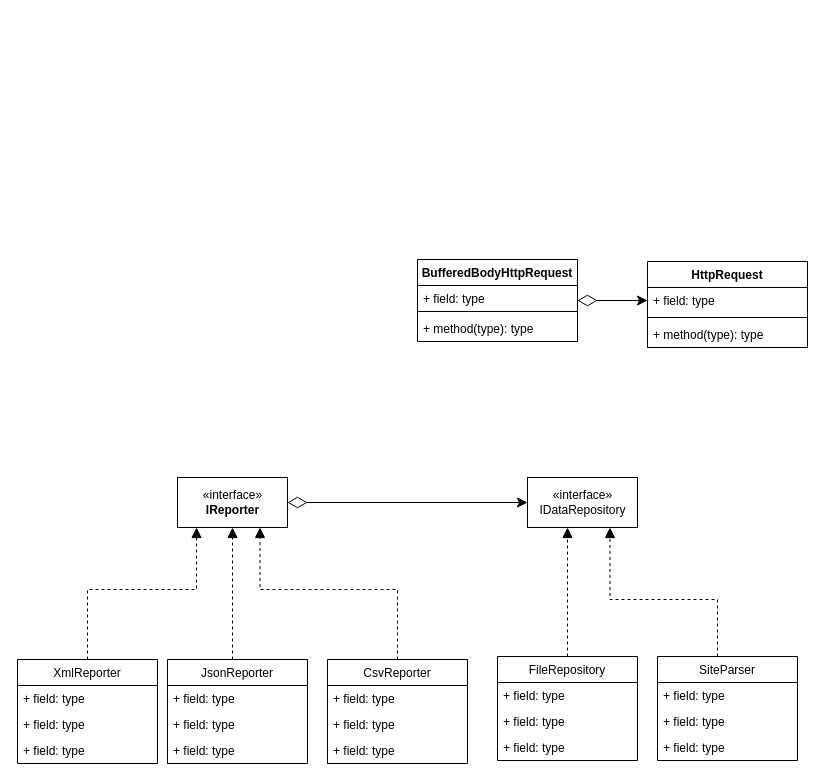
Earlier version of the draw.io diagram Untitled Diagram.drawio (KiryhaPikoff/charp5sem). Source tidied: cells renumbered, new cells numbered last; positions are measured from the earlier drawing's top-left corner, leaving out a move shared by most shapes. Both pictures are drawn from the tidied source at 100%, with x=0, y=0 at pixel (17, 259).
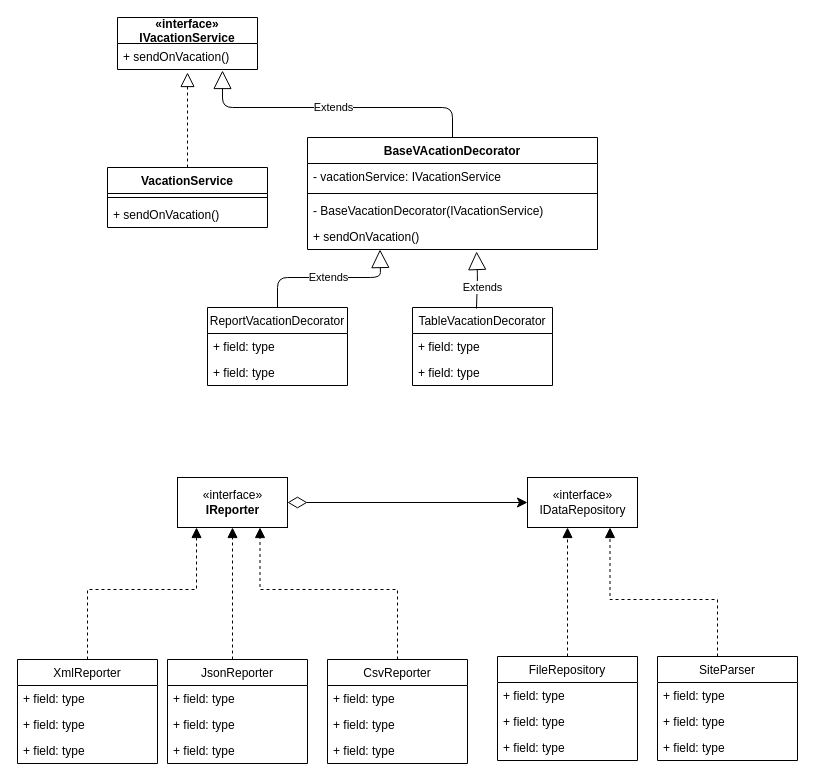
Above is the later version.

The change refers to these unchanged cells:
```xml
<mxCell id="13" value="XmlReporter" style="swimlane;fontStyle=0;horizontal=1;startSize=26;fillColor=none;" parent="1" vertex="1">
  <mxGeometry y="400" width="140" height="104" as="geometry" />
</mxCell>
<mxCell id="27" value="«interface»&lt;br&gt;&lt;span style=&quot;font-weight: 700&quot;&gt;IReporter&lt;/span&gt;" style="html=1;" parent="1" vertex="1">
  <mxGeometry x="160" y="218" width="110" height="50" as="geometry" />
</mxCell>
```

What changed in the source:
```diff
@@
-    <mxCell id="2" value="HttpRequest" style="swimlane;fontStyle=1;align=center;verticalAlign=top;horizontal=1;startSize=26;" parent="1" vertex="1">
-      <mxGeometry x="630" y="2" width="160" height="86" as="geometry" />
-    </mxCell>
-    <mxCell id="3" value="+ field: type" style="text;strokeColor=none;fillColor=none;align=left;verticalAlign=top;spacingLeft=4;spacingRight=4;overflow=hidden;points=[[0,0.5],[1,0.5]];portConstraint=eastwest;" parent="2" vertex="1">
-      <mxGeometry y="26" width="160" height="26" as="geometry" />
-    </mxCell>
-    <mxCell id="4" style="line;strokeWidth=1;fillColor=none;align=left;verticalAlign=middle;spacingTop=-1;spacingLeft=3;spacingRight=3;labelPosition=right;" parent="2" vertex="1">
-      <mxGeometry y="52" width="160" height="8" as="geometry" />
-    </mxCell>
-    <mxCell id="5" value="+ method(type): type" style="text;strokeColor=none;fillColor=none;align=left;verticalAlign=top;spacingLeft=4;spacingRight=4;overflow=hidden;" parent="2" vertex="1">
-      <mxGeometry y="60" width="160" height="26" as="geometry" />
-    </mxCell>
-    <mxCell id="6" style="edgeStyle=orthogonalEdgeStyle;rounded=0;jettySize=auto;html=1;entryX=0;entryY=0.5;entryDx=0;entryDy=0;endArrow=classic;endFill=1;startArrow=diamondThin;startFill=0;strokeWidth=1;endSize=8;startSize=17;" parent="1" edge="1" source="7" target="3">
-      <mxGeometry relative="1" as="geometry" />
-    </mxCell>
-    <mxCell id="7" value="BufferedBodyHttpRequest&#10;" style="swimlane;fontStyle=1;align=center;verticalAlign=top;horizontal=1;startSize=26;" parent="1" vertex="1">
-      <mxGeometry x="400" width="160" height="82" as="geometry" />
-    </mxCell>
-    <mxCell id="8" value="+ field: type" style="text;strokeColor=none;fillColor=none;align=left;verticalAlign=top;spacingLeft=4;spacingRight=4;overflow=hidden;" parent="7" vertex="1">
-      <mxGeometry y="26" width="160" height="22" as="geometry" />
-    </mxCell>
-    <mxCell id="9" style="line;strokeWidth=1;fillColor=none;align=left;verticalAlign=middle;spacingTop=-1;spacingLeft=3;spacingRight=3;labelPosition=right;" parent="7" vertex="1">
-      <mxGeometry y="48" width="160" height="8" as="geometry" />
-    </mxCell>
-    <mxCell id="10" value="+ method(type): type" style="text;strokeColor=none;fillColor=none;align=left;verticalAlign=top;spacingLeft=4;spacingRight=4;overflow=hidden;" parent="7" vertex="1">
-      <mxGeometry y="56" width="160" height="26" as="geometry" />
-    </mxCell>
@@
-    <mxCell id="12" style="edgeStyle=orthogonalEdgeStyle;rounded=0;jettySize=auto;html=1;startArrow=none;startFill=0;startSize=17;endArrow=block;endFill=1;endSize=8;strokeWidth=1;dashed=1;entryX=0.173;entryY=1;entryDx=0;entryDy=0;entryPerimeter=0;" parent="1" edge="1" source="13" target="27">
+    <mxCell id="12" style="edgeStyle=orthogonalEdgeStyle;rounded=0;jettySize=auto;html=1;startArrow=none;startFill=0;startSize=17;endArrow=block;endFill=1;endSize=8;strokeWidth=1;dashed=1;entryX=0.173;entryY=1;entryDx=0;entryDy=0;entryPerimeter=0;" parent="1" edge="1" target="27">
       <mxGeometry relative="1" as="geometry">
+        <mxPoint x="70" y="400" as="sourcePoint" />
         <Array as="points">
           <mxPoint x="70" y="330" />
           <mxPoint x="179" y="330" />
         </Array>
       </mxGeometry>
     </mxCell>
@@
+    <mxCell id="39" value="«interface»&#10;IVacationService" style="swimlane;fontStyle=1;horizontal=1;startSize=26;fillColor=none;" parent="1" vertex="1">
+      <mxGeometry x="100" y="-242" width="140" height="52" as="geometry" />
+    </mxCell>
+    <mxCell id="40" value="+ sendOnVacation()" style="text;strokeColor=none;fillColor=none;align=left;verticalAlign=top;spacingLeft=4;spacingRight=4;overflow=hidden;points=[[0,0.5],[1,0.5]];portConstraint=eastwest;" parent="39" vertex="1">
+      <mxGeometry y="26" width="140" height="26" as="geometry" />
+    </mxCell>
+    <mxCell id="41" value="VacationService" style="swimlane;fontStyle=1;align=center;verticalAlign=top;horizontal=1;startSize=26;" parent="1" vertex="1">
+      <mxGeometry x="90" y="-92" width="160" height="60" as="geometry" />
+    </mxCell>
+    <mxCell id="42" style="line;strokeWidth=1;fillColor=none;align=left;verticalAlign=middle;spacingTop=-1;spacingLeft=3;spacingRight=3;labelPosition=right;" parent="41" vertex="1">
+      <mxGeometry y="26" width="160" height="8" as="geometry" />
+    </mxCell>
+    <mxCell id="43" value="+ sendOnVacation()" style="text;strokeColor=none;fillColor=none;align=left;verticalAlign=top;spacingLeft=4;spacingRight=4;overflow=hidden;" parent="41" vertex="1">
+      <mxGeometry y="34" width="160" height="26" as="geometry" />
+    </mxCell>
+    <mxCell id="44" style="endArrow=block;dashed=1;endFill=0;endSize=12;html=1;exitX=0.5;exitY=0;exitDx=0;exitDy=0;" parent="1" edge="1" source="41">
+      <mxGeometry relative="1" as="geometry">
+        <mxPoint x="170" y="-187" as="targetPoint" />
+      </mxGeometry>
+    </mxCell>
+    <mxCell id="45" value="BaseVAcationDecorator" style="swimlane;fontStyle=1;horizontal=1;startSize=26;fillColor=none;" parent="1" vertex="1">
+      <mxGeometry x="290" y="-122" width="290" height="112" as="geometry" />
+    </mxCell>
+    <mxCell id="46" value="- vacationService: IVacationService" style="text;strokeColor=none;fillColor=none;align=left;verticalAlign=top;spacingLeft=4;spacingRight=4;overflow=hidden;" parent="45" vertex="1">
+      <mxGeometry y="26" width="290" height="26" as="geometry" />
+    </mxCell>
+    <mxCell id="47" style="line;strokeWidth=1;fillColor=none;align=left;verticalAlign=middle;spacingTop=-1;spacingLeft=3;spacingRight=3;labelPosition=right;" parent="45" vertex="1">
+      <mxGeometry y="52" width="290" height="8" as="geometry" />
+    </mxCell>
+    <mxCell id="48" value="- BaseVacationDecorator(IVacationService)" style="text;strokeColor=none;fillColor=none;align=left;verticalAlign=top;spacingLeft=4;spacingRight=4;overflow=hidden;" parent="45" vertex="1">
+      <mxGeometry y="60" width="290" height="26" as="geometry" />
+    </mxCell>
+    <mxCell id="49" value="+ sendOnVacation()" style="text;strokeColor=none;fillColor=none;align=left;verticalAlign=top;spacingLeft=4;spacingRight=4;overflow=hidden;points=[[0,0.5],[1,0.5]];portConstraint=eastwest;" parent="45" vertex="1">
+      <mxGeometry y="86" width="290" height="26" as="geometry" />
+    </mxCell>
+    <mxCell id="50" value="Extends" style="endArrow=block;endSize=16;endFill=0;html=1;exitX=0.5;exitY=0;exitDx=0;exitDy=0;entryX=0.75;entryY=1.038;entryDx=0;entryDy=0;entryPerimeter=0;" parent="1" edge="1" source="45" target="40">
+      <mxGeometry relative="1" as="geometry">
+        <Array as="points">
+          <mxPoint x="435" y="-152" />
+          <mxPoint x="205" y="-152" />
+        </Array>
+      </mxGeometry>
+    </mxCell>
+    <mxCell id="51" value="ReportVacationDecorator" style="swimlane;fontStyle=0;horizontal=1;startSize=26;fillColor=none;" parent="1" vertex="1">
+      <mxGeometry x="190" y="48" width="140" height="78" as="geometry" />
+    </mxCell>
+    <mxCell id="52" value="+ field: type" style="text;strokeColor=none;fillColor=none;align=left;verticalAlign=top;spacingLeft=4;spacingRight=4;overflow=hidden;" parent="51" vertex="1">
+      <mxGeometry y="26" width="140" height="26" as="geometry" />
+    </mxCell>
+    <mxCell id="53" value="+ field: type" style="text;strokeColor=none;fillColor=none;align=left;verticalAlign=top;spacingLeft=4;spacingRight=4;overflow=hidden;" parent="51" vertex="1">
+      <mxGeometry y="52" width="140" height="26" as="geometry" />
+    </mxCell>
+    <mxCell id="54" value="TableVacationDecorator" style="swimlane;fontStyle=0;horizontal=1;startSize=26;fillColor=none;" parent="1" vertex="1">
+      <mxGeometry x="395" y="48" width="140" height="78" as="geometry" />
+    </mxCell>
+    <mxCell id="55" value="+ field: type" style="text;strokeColor=none;fillColor=none;align=left;verticalAlign=top;spacingLeft=4;spacingRight=4;overflow=hidden;" parent="54" vertex="1">
+      <mxGeometry y="26" width="140" height="26" as="geometry" />
+    </mxCell>
+    <mxCell id="56" value="+ field: type" style="text;strokeColor=none;fillColor=none;align=left;verticalAlign=top;spacingLeft=4;spacingRight=4;overflow=hidden;" parent="54" vertex="1">
+      <mxGeometry y="52" width="140" height="26" as="geometry" />
+    </mxCell>
+    <mxCell id="57" value="Extends" style="endArrow=block;endSize=16;endFill=0;html=1;exitX=0.5;exitY=0;exitDx=0;exitDy=0;entryX=0.25;entryY=1;entryDx=0;entryDy=0;" parent="1" edge="1" source="51" target="45">
+      <mxGeometry relative="1" as="geometry">
+        <Array as="points">
+          <mxPoint x="260" y="18" />
+          <mxPoint x="363" y="18" />
+        </Array>
+      </mxGeometry>
+    </mxCell>
+    <mxCell id="58" value="Extends" style="endArrow=block;endSize=16;endFill=0;html=1;exitX=0.457;exitY=0.013;exitDx=0;exitDy=0;entryX=0.583;entryY=1.077;entryDx=0;entryDy=0;entryPerimeter=0;exitPerimeter=0;" parent="1" edge="1" source="54" target="49">
+      <mxGeometry x="-0.26" y="-5" relative="1" as="geometry">
+        <Array as="points">
+          <mxPoint x="460" y="18" />
+        </Array>
+      </mxGeometry>
+    </mxCell>
```
